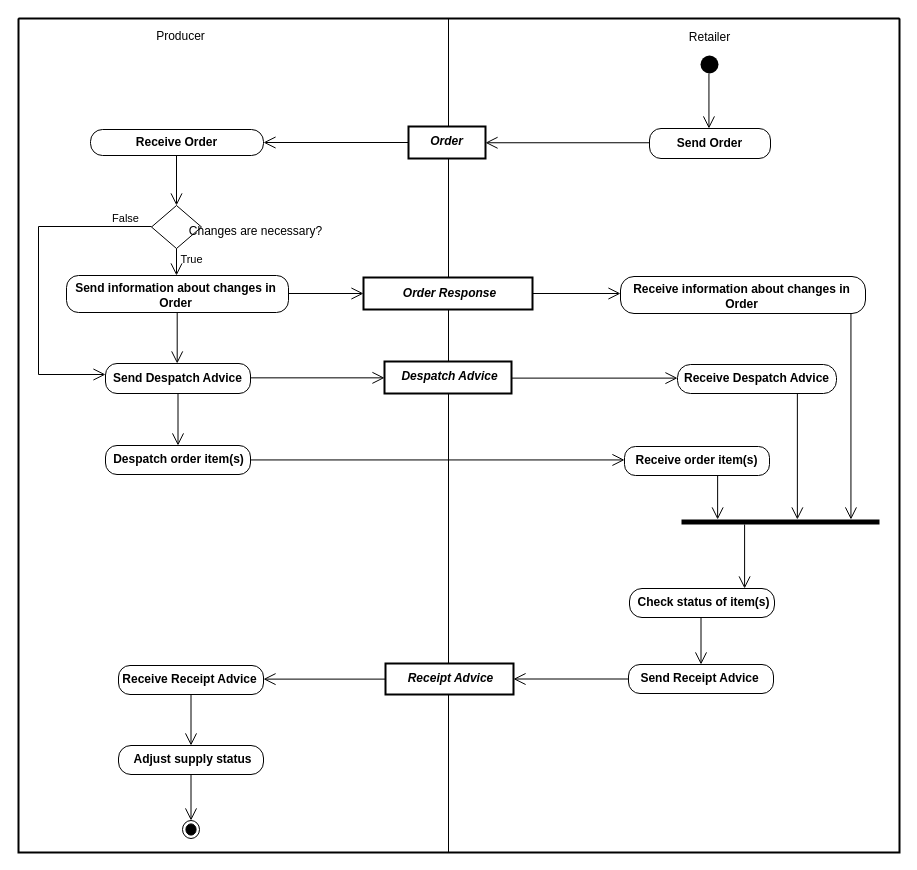
The draw.io diagram diagrams/UBL-2.2-ROCD-InitialStocking/UBL-2.2-ROCD-InitialStocking.drawio in kduvekot/ubl-work-on-svg-images, before the edit. Source tidied: cells renumbered, new cells numbered last; positions are measured from the earlier drawing's top-left corner, leaving out a move shared by most shapes. Both pictures are drawn from the tidied source at 100%, with x=0, y=0 at pixel (18, 18).
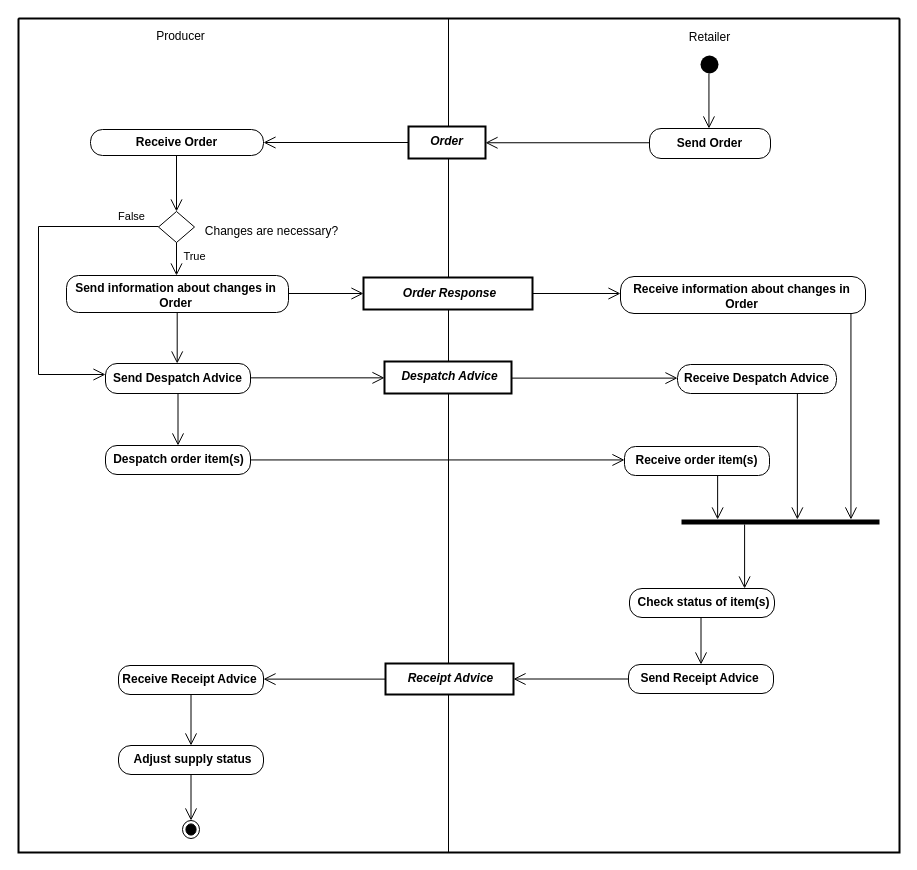
The same diagram, later.

Unchanged cells that the change refers to:
```xml
<mxCell id="3" value="Producer" style="swimlane;horizontal=1;startSize=35;swimlaneLine=0;html=1;fillColor=none;fontStyle=0;spacing=0;spacingRight=106;" parent="2" vertex="1">
  <mxGeometry width="430" height="834" as="geometry" />
</mxCell>
<mxCell id="11" value="Send information about changes in&lt;br&gt;Order" style="rounded=1;absoluteArcSize=1;arcSize=24;html=1;whiteSpace=nowrap;fontStyle=1;align=center;verticalAlign=middle;spacing=0;spacingRight=4;spacingTop=2;" parent="3" vertex="1">
  <mxGeometry x="48" y="257" width="222" height="37" as="geometry" />
</mxCell>
<mxCell id="14" value="Send Despatch Advice" style="rounded=1;absoluteArcSize=1;arcSize=23;html=1;whiteSpace=nowrap;fontStyle=1;align=center;verticalAlign=middle;spacing=0;spacingRight=2;spacingBottom=1;" parent="3" vertex="1">
  <mxGeometry x="87" y="345" width="145" height="30" as="geometry" />
</mxCell>
```

Change to the diagram source:
```diff
@@
-    <mxCell id="9" value="Changes are necessary?" style="rhombus;html=1;whiteSpace=nowrap;fontStyle=0;align=center;verticalAlign=middle;spacing=0;spacingLeft=157;spacingTop=8;" parent="3" vertex="1">
-      <mxGeometry x="133" y="187" width="50" height="43" as="geometry" />
+    <mxCell id="9" value="Changes are necessary?" style="rhombus;html=1;whiteSpace=nowrap;fontStyle=0;align=center;verticalAlign=middle;spacing=0;spacingLeft=190;spacingTop=8;" parent="3" vertex="1">
+      <mxGeometry x="140" y="193" width="36" height="31" as="geometry" />
     </mxCell>
@@
-    <mxCell id="29" value="False" style="edgeStyle=orthogonalEdgeStyle;rounded=0;html=1;endArrow=open;endFill=0;endSize=10;exitPerimeter=0;entryPerimeter=0;fontStyle=0;align=center;verticalAlign=middle;labelBackgroundColor=none;exitX=0;exitY=0.488372;entryX=0;entryY=0.366667;" parent="3" edge="1" source="9" target="14">
+    <mxCell id="29" value="False" style="edgeStyle=orthogonalEdgeStyle;rounded=0;html=1;endArrow=open;endFill=0;endSize=10;exitPerimeter=0;entryPerimeter=0;fontStyle=0;align=center;verticalAlign=middle;labelBackgroundColor=none;exitX=0;exitY=0.483871;entryX=0;entryY=0.366667;" parent="3" edge="1" source="9" target="14">
       <mxGeometry x="-0.84" relative="1" as="geometry">
         <Array as="points">
           <mxPoint x="20" y="208" />
           <mxPoint x="20" y="356" />
         </Array>
-        <mxPoint y="-8" as="offset" />
+        <mxPoint y="-10" as="offset" />
       </mxGeometry>
     </mxCell>
     <mxCell id="30" value="True" style="edgeStyle=none;rounded=0;html=1;endArrow=open;endFill=0;endSize=10;exitX=0.5;exitY=1;exitPerimeter=0;entryPerimeter=0;fontStyle=0;align=center;verticalAlign=middle;labelBackgroundColor=none;entryX=0.495495;entryY=0;" parent="3" edge="1" source="9" target="11">
       <mxGeometry x="-0.17" relative="1" as="geometry">
-        <mxPoint x="15" as="offset" />
+        <mxPoint x="18" as="offset" />
       </mxGeometry>
     </mxCell>
```
